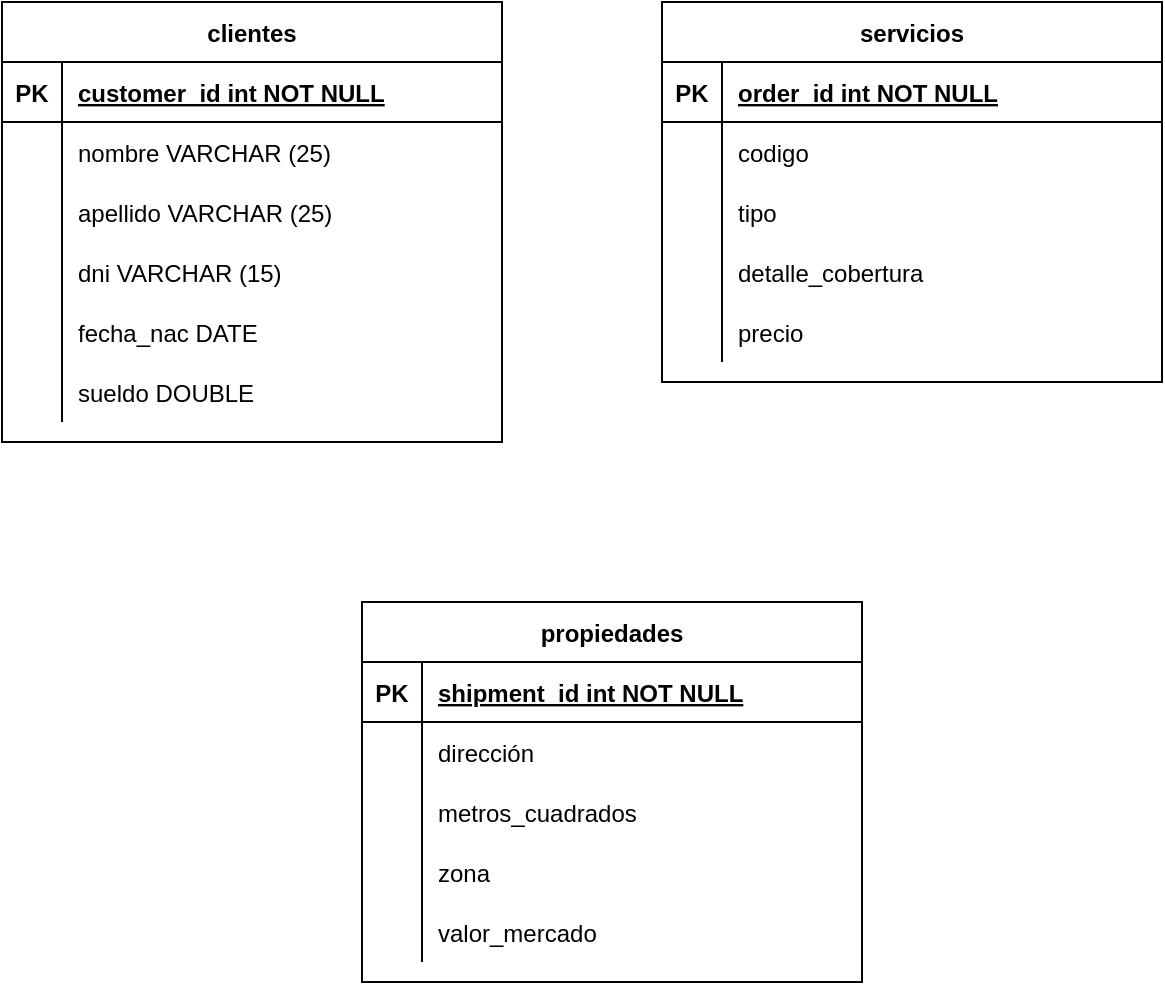
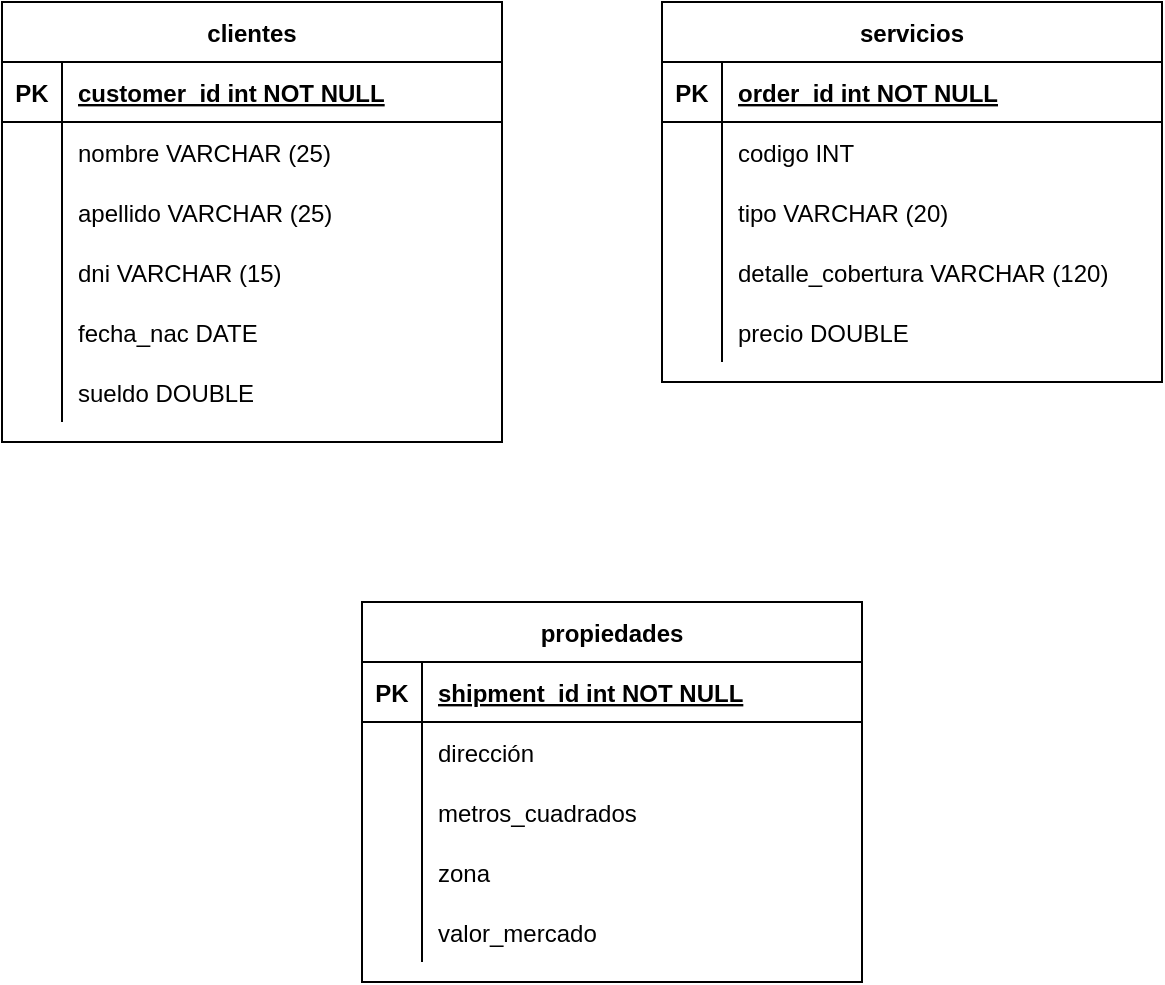
<mxfile host="app.diagrams.net" agent="5.0 (Macintosh; Intel Mac OS X 10_14_6) AppleWebKit/537.36 (KHTML, like Gecko) Chrome/83.0.4103.116 Safari/537.36">
  <diagram id="R2lEEEUBdFMjLlhIrx00" name="Page-1">
-     <mxGraphModel dx="592" dy="425" grid="1" gridSize="10" guides="1" tooltips="1" connect="1" arrows="1" fold="1" page="1" pageScale="1" pageWidth="850" pageHeight="1100" math="0" shadow="0" extFonts="Permanent Marker^https://fonts.googleapis.com/css?family=Permanent+Marker">
+     <mxGraphModel dx="888" dy="638" grid="1" gridSize="10" guides="1" tooltips="1" connect="1" arrows="1" fold="1" page="1" pageScale="1" pageWidth="850" pageHeight="1100" math="0" shadow="0" extFonts="Permanent Marker^https://fonts.googleapis.com/css?family=Permanent+Marker">
      <root>
        <mxCell id="0" />
        <mxCell id="1" parent="0" />
        <mxCell id="C-vyLk0tnHw3VtMMgP7b-2" parent="1" style="shape=table;startSize=30;container=1;collapsible=1;childLayout=tableLayout;fixedRows=1;rowLines=0;fontStyle=1;align=center;resizeLast=1;" value="servicios" vertex="1">
          <mxGeometry height="190" width="250" x="450" y="120" as="geometry" />
        </mxCell>
        <mxCell id="C-vyLk0tnHw3VtMMgP7b-3" parent="C-vyLk0tnHw3VtMMgP7b-2" style="shape=partialRectangle;collapsible=0;dropTarget=0;pointerEvents=0;fillColor=none;points=[[0,0.5],[1,0.5]];portConstraint=eastwest;top=0;left=0;right=0;bottom=1;" value="" vertex="1">
          <mxGeometry height="30" width="250" y="30" as="geometry" />
        </mxCell>
        <mxCell id="C-vyLk0tnHw3VtMMgP7b-4" parent="C-vyLk0tnHw3VtMMgP7b-3" style="shape=partialRectangle;overflow=hidden;connectable=0;fillColor=none;top=0;left=0;bottom=0;right=0;fontStyle=1;" value="PK" vertex="1">
          <mxGeometry height="30" width="30" as="geometry">
            <mxRectangle height="30" width="30" as="alternateBounds" />
          </mxGeometry>
        </mxCell>
        <mxCell id="C-vyLk0tnHw3VtMMgP7b-5" parent="C-vyLk0tnHw3VtMMgP7b-3" style="shape=partialRectangle;overflow=hidden;connectable=0;fillColor=none;top=0;left=0;bottom=0;right=0;align=left;spacingLeft=6;fontStyle=5;" value="order_id int NOT NULL " vertex="1">
          <mxGeometry height="30" width="220" x="30" as="geometry">
            <mxRectangle height="30" width="220" as="alternateBounds" />
          </mxGeometry>
        </mxCell>
        <mxCell id="C-vyLk0tnHw3VtMMgP7b-6" parent="C-vyLk0tnHw3VtMMgP7b-2" style="shape=partialRectangle;collapsible=0;dropTarget=0;pointerEvents=0;fillColor=none;points=[[0,0.5],[1,0.5]];portConstraint=eastwest;top=0;left=0;right=0;bottom=0;" value="" vertex="1">
          <mxGeometry height="30" width="250" y="60" as="geometry" />
        </mxCell>
        <mxCell id="C-vyLk0tnHw3VtMMgP7b-7" parent="C-vyLk0tnHw3VtMMgP7b-6" style="shape=partialRectangle;overflow=hidden;connectable=0;fillColor=none;top=0;left=0;bottom=0;right=0;" value="" vertex="1">
          <mxGeometry height="30" width="30" as="geometry">
            <mxRectangle height="30" width="30" as="alternateBounds" />
          </mxGeometry>
        </mxCell>
-         <mxCell id="C-vyLk0tnHw3VtMMgP7b-8" parent="C-vyLk0tnHw3VtMMgP7b-6" style="shape=partialRectangle;overflow=hidden;connectable=0;fillColor=none;top=0;left=0;bottom=0;right=0;align=left;spacingLeft=6;" value="codigo" vertex="1">
+         <mxCell id="C-vyLk0tnHw3VtMMgP7b-8" parent="C-vyLk0tnHw3VtMMgP7b-6" style="shape=partialRectangle;overflow=hidden;connectable=0;fillColor=none;top=0;left=0;bottom=0;right=0;align=left;spacingLeft=6;" value="codigo INT" vertex="1">
          <mxGeometry height="30" width="220" x="30" as="geometry">
            <mxRectangle height="30" width="220" as="alternateBounds" />
          </mxGeometry>
        </mxCell>
        <mxCell id="C-vyLk0tnHw3VtMMgP7b-9" parent="C-vyLk0tnHw3VtMMgP7b-2" style="shape=partialRectangle;collapsible=0;dropTarget=0;pointerEvents=0;fillColor=none;points=[[0,0.5],[1,0.5]];portConstraint=eastwest;top=0;left=0;right=0;bottom=0;" value="" vertex="1">
          <mxGeometry height="30" width="250" y="90" as="geometry" />
        </mxCell>
        <mxCell id="C-vyLk0tnHw3VtMMgP7b-10" parent="C-vyLk0tnHw3VtMMgP7b-9" style="shape=partialRectangle;overflow=hidden;connectable=0;fillColor=none;top=0;left=0;bottom=0;right=0;" value="" vertex="1">
          <mxGeometry height="30" width="30" as="geometry">
            <mxRectangle height="30" width="30" as="alternateBounds" />
          </mxGeometry>
        </mxCell>
-         <mxCell id="C-vyLk0tnHw3VtMMgP7b-11" parent="C-vyLk0tnHw3VtMMgP7b-9" style="shape=partialRectangle;overflow=hidden;connectable=0;fillColor=none;top=0;left=0;bottom=0;right=0;align=left;spacingLeft=6;" value="tipo" vertex="1">
+         <mxCell id="C-vyLk0tnHw3VtMMgP7b-11" parent="C-vyLk0tnHw3VtMMgP7b-9" style="shape=partialRectangle;overflow=hidden;connectable=0;fillColor=none;top=0;left=0;bottom=0;right=0;align=left;spacingLeft=6;" value="tipo VARCHAR (20)" vertex="1">
          <mxGeometry height="30" width="220" x="30" as="geometry">
            <mxRectangle height="30" width="220" as="alternateBounds" />
          </mxGeometry>
        </mxCell>
        <mxCell id="j1sPE7MOUu-0g5T2_v5z-13" parent="C-vyLk0tnHw3VtMMgP7b-2" style="shape=partialRectangle;collapsible=0;dropTarget=0;pointerEvents=0;fillColor=none;points=[[0,0.5],[1,0.5]];portConstraint=eastwest;top=0;left=0;right=0;bottom=0;" value="" vertex="1">
          <mxGeometry height="30" width="250" y="120" as="geometry" />
        </mxCell>
        <mxCell id="j1sPE7MOUu-0g5T2_v5z-14" parent="j1sPE7MOUu-0g5T2_v5z-13" style="shape=partialRectangle;overflow=hidden;connectable=0;fillColor=none;top=0;left=0;bottom=0;right=0;" value="" vertex="1">
          <mxGeometry height="30" width="30" as="geometry">
            <mxRectangle height="30" width="30" as="alternateBounds" />
          </mxGeometry>
        </mxCell>
-         <mxCell id="j1sPE7MOUu-0g5T2_v5z-15" parent="j1sPE7MOUu-0g5T2_v5z-13" style="shape=partialRectangle;overflow=hidden;connectable=0;fillColor=none;top=0;left=0;bottom=0;right=0;align=left;spacingLeft=6;" value="detalle_cobertura" vertex="1">
+         <mxCell id="j1sPE7MOUu-0g5T2_v5z-15" parent="j1sPE7MOUu-0g5T2_v5z-13" style="shape=partialRectangle;overflow=hidden;connectable=0;fillColor=none;top=0;left=0;bottom=0;right=0;align=left;spacingLeft=6;" value="detalle_cobertura VARCHAR (120)" vertex="1">
          <mxGeometry height="30" width="220" x="30" as="geometry">
            <mxRectangle height="30" width="220" as="alternateBounds" />
          </mxGeometry>
        </mxCell>
        <mxCell id="j1sPE7MOUu-0g5T2_v5z-16" parent="C-vyLk0tnHw3VtMMgP7b-2" style="shape=partialRectangle;collapsible=0;dropTarget=0;pointerEvents=0;fillColor=none;points=[[0,0.5],[1,0.5]];portConstraint=eastwest;top=0;left=0;right=0;bottom=0;" value="" vertex="1">
          <mxGeometry height="30" width="250" y="150" as="geometry" />
        </mxCell>
        <mxCell id="j1sPE7MOUu-0g5T2_v5z-17" parent="j1sPE7MOUu-0g5T2_v5z-16" style="shape=partialRectangle;overflow=hidden;connectable=0;fillColor=none;top=0;left=0;bottom=0;right=0;" value="" vertex="1">
          <mxGeometry height="30" width="30" as="geometry">
            <mxRectangle height="30" width="30" as="alternateBounds" />
          </mxGeometry>
        </mxCell>
-         <mxCell id="j1sPE7MOUu-0g5T2_v5z-18" parent="j1sPE7MOUu-0g5T2_v5z-16" style="shape=partialRectangle;overflow=hidden;connectable=0;fillColor=none;top=0;left=0;bottom=0;right=0;align=left;spacingLeft=6;" value="precio" vertex="1">
+         <mxCell id="j1sPE7MOUu-0g5T2_v5z-18" parent="j1sPE7MOUu-0g5T2_v5z-16" style="shape=partialRectangle;overflow=hidden;connectable=0;fillColor=none;top=0;left=0;bottom=0;right=0;align=left;spacingLeft=6;" value="precio DOUBLE" vertex="1">
          <mxGeometry height="30" width="220" x="30" as="geometry">
            <mxRectangle height="30" width="220" as="alternateBounds" />
          </mxGeometry>
        </mxCell>
        <mxCell id="C-vyLk0tnHw3VtMMgP7b-13" parent="1" style="shape=table;startSize=30;container=1;collapsible=1;childLayout=tableLayout;fixedRows=1;rowLines=0;fontStyle=1;align=center;resizeLast=1;" value="propiedades" vertex="1">
          <mxGeometry height="190" width="250" x="300" y="420" as="geometry" />
        </mxCell>
        <mxCell id="C-vyLk0tnHw3VtMMgP7b-14" parent="C-vyLk0tnHw3VtMMgP7b-13" style="shape=partialRectangle;collapsible=0;dropTarget=0;pointerEvents=0;fillColor=none;points=[[0,0.5],[1,0.5]];portConstraint=eastwest;top=0;left=0;right=0;bottom=1;" value="" vertex="1">
          <mxGeometry height="30" width="250" y="30" as="geometry" />
        </mxCell>
        <mxCell id="C-vyLk0tnHw3VtMMgP7b-15" parent="C-vyLk0tnHw3VtMMgP7b-14" style="shape=partialRectangle;overflow=hidden;connectable=0;fillColor=none;top=0;left=0;bottom=0;right=0;fontStyle=1;" value="PK" vertex="1">
          <mxGeometry height="30" width="30" as="geometry">
            <mxRectangle height="30" width="30" as="alternateBounds" />
          </mxGeometry>
        </mxCell>
        <mxCell id="C-vyLk0tnHw3VtMMgP7b-16" parent="C-vyLk0tnHw3VtMMgP7b-14" style="shape=partialRectangle;overflow=hidden;connectable=0;fillColor=none;top=0;left=0;bottom=0;right=0;align=left;spacingLeft=6;fontStyle=5;" value="shipment_id int NOT NULL " vertex="1">
          <mxGeometry height="30" width="220" x="30" as="geometry">
            <mxRectangle height="30" width="220" as="alternateBounds" />
          </mxGeometry>
        </mxCell>
        <mxCell id="C-vyLk0tnHw3VtMMgP7b-17" parent="C-vyLk0tnHw3VtMMgP7b-13" style="shape=partialRectangle;collapsible=0;dropTarget=0;pointerEvents=0;fillColor=none;points=[[0,0.5],[1,0.5]];portConstraint=eastwest;top=0;left=0;right=0;bottom=0;" value="" vertex="1">
          <mxGeometry height="30" width="250" y="60" as="geometry" />
        </mxCell>
        <mxCell id="C-vyLk0tnHw3VtMMgP7b-18" parent="C-vyLk0tnHw3VtMMgP7b-17" style="shape=partialRectangle;overflow=hidden;connectable=0;fillColor=none;top=0;left=0;bottom=0;right=0;" value="" vertex="1">
          <mxGeometry height="30" width="30" as="geometry">
            <mxRectangle height="30" width="30" as="alternateBounds" />
          </mxGeometry>
        </mxCell>
        <mxCell id="C-vyLk0tnHw3VtMMgP7b-19" parent="C-vyLk0tnHw3VtMMgP7b-17" style="shape=partialRectangle;overflow=hidden;connectable=0;fillColor=none;top=0;left=0;bottom=0;right=0;align=left;spacingLeft=6;" value="dirección" vertex="1">
          <mxGeometry height="30" width="220" x="30" as="geometry">
            <mxRectangle height="30" width="220" as="alternateBounds" />
          </mxGeometry>
        </mxCell>
        <mxCell id="C-vyLk0tnHw3VtMMgP7b-20" parent="C-vyLk0tnHw3VtMMgP7b-13" style="shape=partialRectangle;collapsible=0;dropTarget=0;pointerEvents=0;fillColor=none;points=[[0,0.5],[1,0.5]];portConstraint=eastwest;top=0;left=0;right=0;bottom=0;" value="" vertex="1">
          <mxGeometry height="30" width="250" y="90" as="geometry" />
        </mxCell>
        <mxCell id="C-vyLk0tnHw3VtMMgP7b-21" parent="C-vyLk0tnHw3VtMMgP7b-20" style="shape=partialRectangle;overflow=hidden;connectable=0;fillColor=none;top=0;left=0;bottom=0;right=0;" value="" vertex="1">
          <mxGeometry height="30" width="30" as="geometry">
            <mxRectangle height="30" width="30" as="alternateBounds" />
          </mxGeometry>
        </mxCell>
        <mxCell id="C-vyLk0tnHw3VtMMgP7b-22" parent="C-vyLk0tnHw3VtMMgP7b-20" style="shape=partialRectangle;overflow=hidden;connectable=0;fillColor=none;top=0;left=0;bottom=0;right=0;align=left;spacingLeft=6;" value="metros_cuadrados" vertex="1">
          <mxGeometry height="30" width="220" x="30" as="geometry">
            <mxRectangle height="30" width="220" as="alternateBounds" />
          </mxGeometry>
        </mxCell>
        <mxCell id="j1sPE7MOUu-0g5T2_v5z-29" parent="C-vyLk0tnHw3VtMMgP7b-13" style="shape=partialRectangle;collapsible=0;dropTarget=0;pointerEvents=0;fillColor=none;points=[[0,0.5],[1,0.5]];portConstraint=eastwest;top=0;left=0;right=0;bottom=0;" value="" vertex="1">
          <mxGeometry height="30" width="250" y="120" as="geometry" />
        </mxCell>
        <mxCell id="j1sPE7MOUu-0g5T2_v5z-30" parent="j1sPE7MOUu-0g5T2_v5z-29" style="shape=partialRectangle;overflow=hidden;connectable=0;fillColor=none;top=0;left=0;bottom=0;right=0;" value="" vertex="1">
          <mxGeometry height="30" width="30" as="geometry">
            <mxRectangle height="30" width="30" as="alternateBounds" />
          </mxGeometry>
        </mxCell>
        <mxCell id="j1sPE7MOUu-0g5T2_v5z-31" parent="j1sPE7MOUu-0g5T2_v5z-29" style="shape=partialRectangle;overflow=hidden;connectable=0;fillColor=none;top=0;left=0;bottom=0;right=0;align=left;spacingLeft=6;" value="zona" vertex="1">
          <mxGeometry height="30" width="220" x="30" as="geometry">
            <mxRectangle height="30" width="220" as="alternateBounds" />
          </mxGeometry>
        </mxCell>
        <mxCell id="j1sPE7MOUu-0g5T2_v5z-32" parent="C-vyLk0tnHw3VtMMgP7b-13" style="shape=partialRectangle;collapsible=0;dropTarget=0;pointerEvents=0;fillColor=none;points=[[0,0.5],[1,0.5]];portConstraint=eastwest;top=0;left=0;right=0;bottom=0;" value="" vertex="1">
          <mxGeometry height="30" width="250" y="150" as="geometry" />
        </mxCell>
        <mxCell id="j1sPE7MOUu-0g5T2_v5z-33" parent="j1sPE7MOUu-0g5T2_v5z-32" style="shape=partialRectangle;overflow=hidden;connectable=0;fillColor=none;top=0;left=0;bottom=0;right=0;" value="" vertex="1">
          <mxGeometry height="30" width="30" as="geometry">
            <mxRectangle height="30" width="30" as="alternateBounds" />
          </mxGeometry>
        </mxCell>
        <mxCell id="j1sPE7MOUu-0g5T2_v5z-34" parent="j1sPE7MOUu-0g5T2_v5z-32" style="shape=partialRectangle;overflow=hidden;connectable=0;fillColor=none;top=0;left=0;bottom=0;right=0;align=left;spacingLeft=6;" value="valor_mercado" vertex="1">
          <mxGeometry height="30" width="220" x="30" as="geometry">
            <mxRectangle height="30" width="220" as="alternateBounds" />
          </mxGeometry>
        </mxCell>
        <mxCell id="C-vyLk0tnHw3VtMMgP7b-23" parent="1" style="shape=table;startSize=30;container=1;collapsible=1;childLayout=tableLayout;fixedRows=1;rowLines=0;fontStyle=1;align=center;resizeLast=1;" value="clientes" vertex="1">
          <mxGeometry height="220" width="250" x="120" y="120" as="geometry">
            <mxRectangle height="30" width="100" x="120" y="120" as="alternateBounds" />
          </mxGeometry>
        </mxCell>
        <mxCell id="C-vyLk0tnHw3VtMMgP7b-24" parent="C-vyLk0tnHw3VtMMgP7b-23" style="shape=partialRectangle;collapsible=0;dropTarget=0;pointerEvents=0;fillColor=none;points=[[0,0.5],[1,0.5]];portConstraint=eastwest;top=0;left=0;right=0;bottom=1;" value="" vertex="1">
          <mxGeometry height="30" width="250" y="30" as="geometry" />
        </mxCell>
        <mxCell id="C-vyLk0tnHw3VtMMgP7b-25" parent="C-vyLk0tnHw3VtMMgP7b-24" style="shape=partialRectangle;overflow=hidden;connectable=0;fillColor=none;top=0;left=0;bottom=0;right=0;fontStyle=1;" value="PK" vertex="1">
          <mxGeometry height="30" width="30" as="geometry">
            <mxRectangle height="30" width="30" as="alternateBounds" />
          </mxGeometry>
        </mxCell>
        <mxCell id="C-vyLk0tnHw3VtMMgP7b-26" parent="C-vyLk0tnHw3VtMMgP7b-24" style="shape=partialRectangle;overflow=hidden;connectable=0;fillColor=none;top=0;left=0;bottom=0;right=0;align=left;spacingLeft=6;fontStyle=5;" value="customer_id int NOT NULL " vertex="1">
          <mxGeometry height="30" width="220" x="30" as="geometry">
            <mxRectangle height="30" width="220" as="alternateBounds" />
          </mxGeometry>
        </mxCell>
        <mxCell id="C-vyLk0tnHw3VtMMgP7b-27" parent="C-vyLk0tnHw3VtMMgP7b-23" style="shape=partialRectangle;collapsible=0;dropTarget=0;pointerEvents=0;fillColor=none;points=[[0,0.5],[1,0.5]];portConstraint=eastwest;top=0;left=0;right=0;bottom=0;" value="" vertex="1">
          <mxGeometry height="30" width="250" y="60" as="geometry" />
        </mxCell>
        <mxCell id="C-vyLk0tnHw3VtMMgP7b-28" parent="C-vyLk0tnHw3VtMMgP7b-27" style="shape=partialRectangle;overflow=hidden;connectable=0;fillColor=none;top=0;left=0;bottom=0;right=0;" value="" vertex="1">
          <mxGeometry height="30" width="30" as="geometry">
            <mxRectangle height="30" width="30" as="alternateBounds" />
          </mxGeometry>
        </mxCell>
        <mxCell id="C-vyLk0tnHw3VtMMgP7b-29" parent="C-vyLk0tnHw3VtMMgP7b-27" style="shape=partialRectangle;overflow=hidden;connectable=0;fillColor=none;top=0;left=0;bottom=0;right=0;align=left;spacingLeft=6;" value="nombre VARCHAR (25)" vertex="1">
          <mxGeometry height="30" width="220" x="30" as="geometry">
            <mxRectangle height="30" width="220" as="alternateBounds" />
          </mxGeometry>
        </mxCell>
        <mxCell id="j1sPE7MOUu-0g5T2_v5z-1" parent="C-vyLk0tnHw3VtMMgP7b-23" style="shape=partialRectangle;collapsible=0;dropTarget=0;pointerEvents=0;fillColor=none;points=[[0,0.5],[1,0.5]];portConstraint=eastwest;top=0;left=0;right=0;bottom=0;" value="" vertex="1">
          <mxGeometry height="30" width="250" y="90" as="geometry" />
        </mxCell>
        <mxCell id="j1sPE7MOUu-0g5T2_v5z-2" parent="j1sPE7MOUu-0g5T2_v5z-1" style="shape=partialRectangle;overflow=hidden;connectable=0;fillColor=none;top=0;left=0;bottom=0;right=0;" value="" vertex="1">
          <mxGeometry height="30" width="30" as="geometry">
            <mxRectangle height="30" width="30" as="alternateBounds" />
          </mxGeometry>
        </mxCell>
        <mxCell id="j1sPE7MOUu-0g5T2_v5z-3" parent="j1sPE7MOUu-0g5T2_v5z-1" style="shape=partialRectangle;overflow=hidden;connectable=0;fillColor=none;top=0;left=0;bottom=0;right=0;align=left;spacingLeft=6;" value="apellido VARCHAR (25)" vertex="1">
          <mxGeometry height="30" width="220" x="30" as="geometry">
            <mxRectangle height="30" width="220" as="alternateBounds" />
          </mxGeometry>
        </mxCell>
        <mxCell id="j1sPE7MOUu-0g5T2_v5z-4" parent="C-vyLk0tnHw3VtMMgP7b-23" style="shape=partialRectangle;collapsible=0;dropTarget=0;pointerEvents=0;fillColor=none;points=[[0,0.5],[1,0.5]];portConstraint=eastwest;top=0;left=0;right=0;bottom=0;" value="" vertex="1">
          <mxGeometry height="30" width="250" y="120" as="geometry" />
        </mxCell>
        <mxCell id="j1sPE7MOUu-0g5T2_v5z-5" parent="j1sPE7MOUu-0g5T2_v5z-4" style="shape=partialRectangle;overflow=hidden;connectable=0;fillColor=none;top=0;left=0;bottom=0;right=0;" value="" vertex="1">
          <mxGeometry height="30" width="30" as="geometry">
            <mxRectangle height="30" width="30" as="alternateBounds" />
          </mxGeometry>
        </mxCell>
        <mxCell id="j1sPE7MOUu-0g5T2_v5z-6" parent="j1sPE7MOUu-0g5T2_v5z-4" style="shape=partialRectangle;overflow=hidden;connectable=0;fillColor=none;top=0;left=0;bottom=0;right=0;align=left;spacingLeft=6;" value="dni VARCHAR (15)" vertex="1">
          <mxGeometry height="30" width="220" x="30" as="geometry">
            <mxRectangle height="30" width="220" as="alternateBounds" />
          </mxGeometry>
        </mxCell>
        <mxCell id="j1sPE7MOUu-0g5T2_v5z-7" parent="C-vyLk0tnHw3VtMMgP7b-23" style="shape=partialRectangle;collapsible=0;dropTarget=0;pointerEvents=0;fillColor=none;points=[[0,0.5],[1,0.5]];portConstraint=eastwest;top=0;left=0;right=0;bottom=0;" value="" vertex="1">
          <mxGeometry height="30" width="250" y="150" as="geometry" />
        </mxCell>
        <mxCell id="j1sPE7MOUu-0g5T2_v5z-8" parent="j1sPE7MOUu-0g5T2_v5z-7" style="shape=partialRectangle;overflow=hidden;connectable=0;fillColor=none;top=0;left=0;bottom=0;right=0;" value="" vertex="1">
          <mxGeometry height="30" width="30" as="geometry">
            <mxRectangle height="30" width="30" as="alternateBounds" />
          </mxGeometry>
        </mxCell>
        <mxCell id="j1sPE7MOUu-0g5T2_v5z-9" parent="j1sPE7MOUu-0g5T2_v5z-7" style="shape=partialRectangle;overflow=hidden;connectable=0;fillColor=none;top=0;left=0;bottom=0;right=0;align=left;spacingLeft=6;" value="fecha_nac DATE" vertex="1">
          <mxGeometry height="30" width="220" x="30" as="geometry">
            <mxRectangle height="30" width="220" as="alternateBounds" />
          </mxGeometry>
        </mxCell>
        <mxCell id="j1sPE7MOUu-0g5T2_v5z-10" parent="C-vyLk0tnHw3VtMMgP7b-23" style="shape=partialRectangle;collapsible=0;dropTarget=0;pointerEvents=0;fillColor=none;points=[[0,0.5],[1,0.5]];portConstraint=eastwest;top=0;left=0;right=0;bottom=0;" value="" vertex="1">
          <mxGeometry height="30" width="250" y="180" as="geometry" />
        </mxCell>
        <mxCell id="j1sPE7MOUu-0g5T2_v5z-11" parent="j1sPE7MOUu-0g5T2_v5z-10" style="shape=partialRectangle;overflow=hidden;connectable=0;fillColor=none;top=0;left=0;bottom=0;right=0;" value="" vertex="1">
          <mxGeometry height="30" width="30" as="geometry">
            <mxRectangle height="30" width="30" as="alternateBounds" />
          </mxGeometry>
        </mxCell>
        <mxCell id="j1sPE7MOUu-0g5T2_v5z-12" parent="j1sPE7MOUu-0g5T2_v5z-10" style="shape=partialRectangle;overflow=hidden;connectable=0;fillColor=none;top=0;left=0;bottom=0;right=0;align=left;spacingLeft=6;" value="sueldo DOUBLE" vertex="1">
          <mxGeometry height="30" width="220" x="30" as="geometry">
            <mxRectangle height="30" width="220" as="alternateBounds" />
          </mxGeometry>
        </mxCell>
      </root>
    </mxGraphModel>
  </diagram>
</mxfile>
